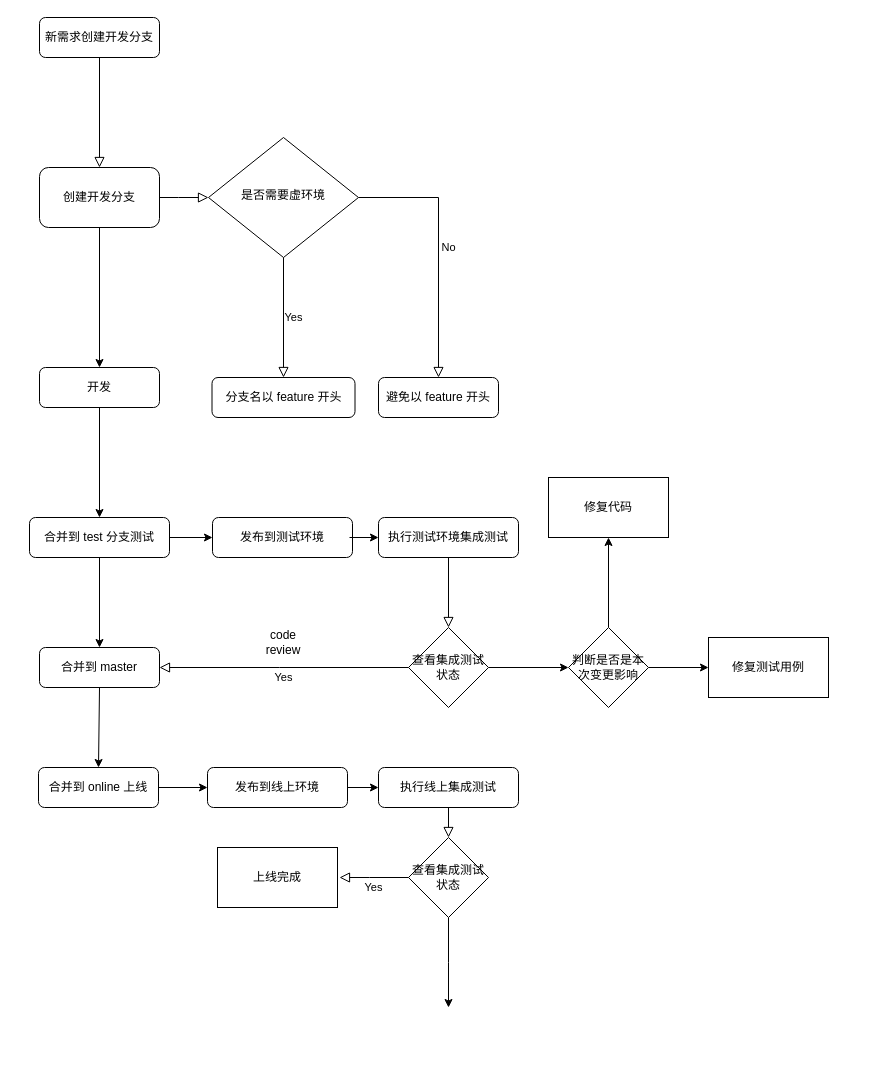
krislavten/fest keeps this draw.io diagram as 未命名绘图.drawio. Above is the earlier version. Source tidied: cells renumbered, new cells numbered last; positions are measured from the earlier drawing's top-left corner, leaving out a move shared by most shapes. Both pictures are drawn from the tidied source at 100%, with x=0, y=0 at pixel (29, 17).
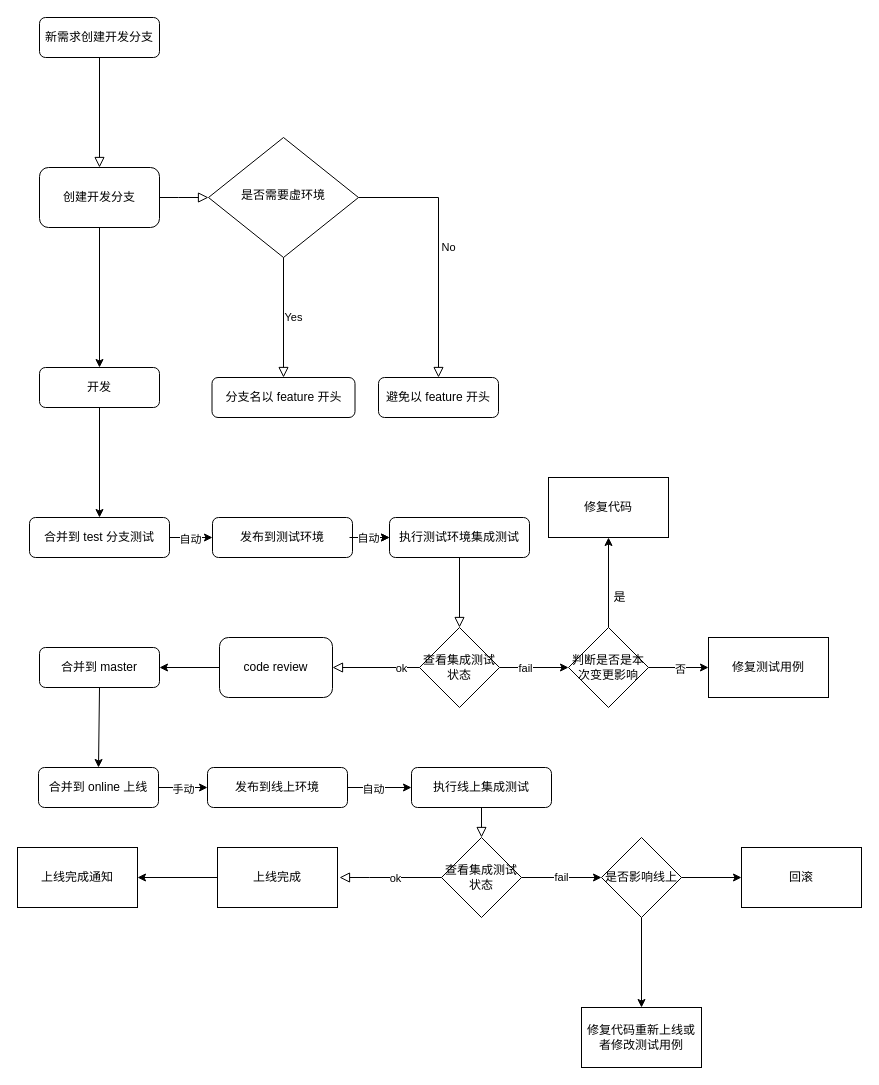
After the change.

Commit message:
更新未命名绘图.drawio

Unchanged cells that the change refers to:
```xml
<mxCell id="13" value="合并到 master" style="rounded=1;whiteSpace=wrap;html=1;fontSize=12;glass=0;strokeWidth=1;shadow=0;" parent="1" vertex="1">
  <mxGeometry x="10" y="630" width="120" height="40" as="geometry" />
</mxCell>
<mxCell id="15" value="发布到测试环境" style="rounded=1;whiteSpace=wrap;html=1;fontSize=12;glass=0;strokeWidth=1;shadow=0;" parent="1" vertex="1">
  <mxGeometry x="183" y="500" width="140" height="40" as="geometry" />
</mxCell>
<mxCell id="24" style="endArrow=classic;html=1;rounded=0;exitX=1;exitY=0.5;exitDx=0;exitDy=0;entryX=0;entryY=0.5;entryDx=0;entryDy=0;" parent="1" edge="1" source="12" target="15">
  <mxGeometry relative="1" as="geometry" />
</mxCell>
<mxCell id="25" style="endArrow=classic;html=1;rounded=0;entryX=0;entryY=0.5;entryDx=0;entryDy=0;" parent="1" edge="1" target="16">
  <mxGeometry relative="1" as="geometry">
    <mxPoint x="320" y="520" as="sourcePoint" />
  </mxGeometry>
</mxCell>
<mxCell id="26" style="endArrow=classic;html=1;rounded=0;entryX=0;entryY=0.5;entryDx=0;entryDy=0;exitX=1;exitY=0.5;exitDx=0;exitDy=0;" parent="1" edge="1" source="18" target="19">
  <mxGeometry relative="1" as="geometry" />
</mxCell>
<mxCell id="27" style="endArrow=classic;html=1;rounded=0;exitX=1;exitY=0.5;exitDx=0;exitDy=0;entryX=0;entryY=0.5;entryDx=0;entryDy=0;" parent="1" edge="1" source="17" target="18">
  <mxGeometry relative="1" as="geometry" />
</mxCell>
<mxCell id="29" style="edgeStyle=orthogonalEdgeStyle;rounded=0;jettySize=auto;html=1;" parent="1" edge="1" source="30" target="40">
  <mxGeometry relative="1" as="geometry" />
</mxCell>
<mxCell id="36" value="上线完成" style="rounded=0;whiteSpace=wrap;html=1;" parent="1" vertex="1">
  <mxGeometry x="188" y="830" width="120" height="60" as="geometry" />
</mxCell>
<mxCell id="39" style="edgeStyle=orthogonalEdgeStyle;rounded=0;jettySize=auto;html=1;" parent="1" edge="1" source="40" target="42">
  <mxGeometry relative="1" as="geometry" />
</mxCell>
```

Change to the diagram source:
```diff
@@
+    <mxCell id="43" style="edgeStyle=orthogonalEdgeStyle;rounded=0;jettySize=auto;html=1;" parent="1" edge="1" source="15" target="16">
+      <mxGeometry relative="1" as="geometry" />
+    </mxCell>
@@
     <mxCell id="16" value="执行测试环境集成测试" style="rounded=1;whiteSpace=wrap;html=1;fontSize=12;glass=0;strokeWidth=1;shadow=0;" parent="1" vertex="1">
-      <mxGeometry x="349" y="500" width="140" height="40" as="geometry" />
+      <mxGeometry x="360" y="500" width="140" height="40" as="geometry" />
     </mxCell>
@@
     <mxCell id="19" value="执行线上集成测试" style="rounded=1;whiteSpace=wrap;html=1;fontSize=12;glass=0;strokeWidth=1;shadow=0;" parent="1" vertex="1">
-      <mxGeometry x="349" y="750" width="140" height="40" as="geometry" />
+      <mxGeometry x="382" y="750" width="140" height="40" as="geometry" />
     </mxCell>
@@
-    <mxCell id="22" style="endArrow=classic;html=1;rounded=0;entryX=0.5;entryY=0;entryDx=0;entryDy=0;" parent="1" edge="1" target="13">
-      <mxGeometry relative="1" as="geometry">
-        <mxPoint x="70" y="540" as="sourcePoint" />
-      </mxGeometry>
-    </mxCell>
@@
+    <mxCell id="44" value="自动" style="edgeLabel;html=1;align=center;verticalAlign=middle;" parent="24" vertex="1">
+      <mxGeometry x="-0.07" relative="1" as="geometry">
+        <mxPoint y="1" as="offset" />
+      </mxGeometry>
+    </mxCell>
@@
+    <mxCell id="45" value="自动" style="edgeLabel;html=1;align=center;verticalAlign=middle;" parent="25" vertex="1">
+      <mxGeometry x="-0.1" y="1" relative="1" as="geometry">
+        <mxPoint y="1" as="offset" />
+      </mxGeometry>
+    </mxCell>
@@
+    <mxCell id="46" value="自动" style="edgeLabel;html=1;align=center;verticalAlign=middle;" parent="26" vertex="1">
+      <mxGeometry x="-0.23" relative="1" as="geometry">
+        <mxPoint y="1" as="offset" />
+      </mxGeometry>
+    </mxCell>
@@
-    <mxCell id="28" value="code review" style="text;html=1;strokeColor=none;fillColor=none;align=center;verticalAlign=middle;whiteSpace=wrap;rounded=0;" parent="1" vertex="1">
-      <mxGeometry x="224" y="610" width="60" height="30" as="geometry" />
-    </mxCell>
+    <mxCell id="47" value="手动" style="edgeLabel;html=1;align=center;verticalAlign=middle;" parent="27" vertex="1">
+      <mxGeometry x="-0.02" relative="1" as="geometry">
+        <mxPoint y="1" as="offset" />
+      </mxGeometry>
+    </mxCell>
@@
+    <mxCell id="48" value="fail" style="edgeLabel;html=1;align=center;verticalAlign=middle;" parent="29" vertex="1">
+      <mxGeometry x="-0.28" y="1" relative="1" as="geometry">
+        <mxPoint y="1" as="offset" />
+      </mxGeometry>
+    </mxCell>
     <mxCell id="30" value="查看集成测试状态" style="rhombus;whiteSpace=wrap;html=1;" parent="1" vertex="1">
-      <mxGeometry x="379" y="610" width="80" height="80" as="geometry" />
+      <mxGeometry x="390" y="610" width="80" height="80" as="geometry" />
     </mxCell>
@@
-    <mxCell id="32" value="Yes" style="edgeStyle=orthogonalEdgeStyle;rounded=0;html=1;jettySize=auto;fontSize=11;endArrow=block;endFill=0;endSize=8;strokeWidth=1;shadow=0;labelBackgroundColor=none;exitX=0;exitY=0.5;exitDx=0;exitDy=0;entryX=1;entryY=0.5;entryDx=0;entryDy=0;" parent="1" edge="1" source="30" target="13">
+    <mxCell id="32" style="edgeStyle=orthogonalEdgeStyle;rounded=0;html=1;jettySize=auto;fontSize=11;endArrow=block;endFill=0;endSize=8;strokeWidth=1;shadow=0;labelBackgroundColor=none;exitX=0;exitY=0.5;exitDx=0;exitDy=0;entryX=1;entryY=0.5;entryDx=0;entryDy=0;" parent="1" edge="1" source="30" target="28">
       <mxGeometry y="10" relative="1" as="geometry">
         <Array as="points">
-          <mxPoint x="250" y="650" />
-          <mxPoint x="250" y="650" />
+          <mxPoint x="313" y="650" />
         </Array>
       </mxGeometry>
     </mxCell>
-    <mxCell id="33" style="edgeStyle=orthogonalEdgeStyle;rounded=0;jettySize=auto;html=1;" parent="1" edge="1" source="34">
-      <mxGeometry relative="1" as="geometry">
-        <mxPoint x="419" y="990" as="targetPoint" />
-      </mxGeometry>
-    </mxCell>
+    <mxCell id="49" value="ok" style="edgeLabel;html=1;align=center;verticalAlign=middle;" parent="32" vertex="1">
+      <mxGeometry x="-0.57" relative="1" as="geometry" />
+    </mxCell>
+    <mxCell id="50" value="fail" style="edgeStyle=orthogonalEdgeStyle;rounded=0;jettySize=auto;html=1;" parent="1" edge="1" source="34" target="57">
+      <mxGeometry relative="1" as="geometry" />
+    </mxCell>
     <mxCell id="34" value="查看集成测试状态" style="rhombus;whiteSpace=wrap;html=1;" parent="1" vertex="1">
-      <mxGeometry x="379" y="820" width="80" height="80" as="geometry" />
+      <mxGeometry x="412" y="820" width="80" height="80" as="geometry" />
     </mxCell>
@@
+    <mxCell id="51" style="edgeStyle=orthogonalEdgeStyle;rounded=0;jettySize=auto;html=1;" parent="1" edge="1" source="36" target="61">
+      <mxGeometry relative="1" as="geometry" />
+    </mxCell>
@@
-    <mxCell id="37" value="Yes" style="edgeStyle=orthogonalEdgeStyle;rounded=0;html=1;jettySize=auto;fontSize=11;endArrow=block;endFill=0;endSize=8;strokeWidth=1;shadow=0;labelBackgroundColor=none;exitX=0;exitY=0.5;exitDx=0;exitDy=0;" parent="1" edge="1" source="34">
+    <mxCell id="37" style="edgeStyle=orthogonalEdgeStyle;rounded=0;html=1;jettySize=auto;fontSize=11;endArrow=block;endFill=0;endSize=8;strokeWidth=1;shadow=0;labelBackgroundColor=none;exitX=0;exitY=0.5;exitDx=0;exitDy=0;" parent="1" edge="1" source="34">
       <mxGeometry y="10" relative="1" as="geometry">
         <mxPoint x="310" y="860" as="targetPoint" />
         <Array as="points">
           <mxPoint x="340" y="860" />
         </Array>
       </mxGeometry>
     </mxCell>
+    <mxCell id="52" value="ok" style="edgeLabel;html=1;align=center;verticalAlign=middle;" parent="37" vertex="1">
+      <mxGeometry x="-0.07" relative="1" as="geometry" />
+    </mxCell>
@@
+    <mxCell id="53" value="否" style="edgeLabel;html=1;align=center;verticalAlign=middle;" parent="39" vertex="1">
+      <mxGeometry x="0.03" relative="1" as="geometry">
+        <mxPoint y="1" as="offset" />
+      </mxGeometry>
+    </mxCell>
@@
+    <mxCell id="54" value="是" style="text;html=1;align=center;verticalAlign=middle;strokeColor=none;fillColor=none;" parent="1" vertex="1">
+      <mxGeometry x="570" y="565" width="40" height="30" as="geometry" />
+    </mxCell>
+    <mxCell id="55" style="edgeStyle=orthogonalEdgeStyle;rounded=0;jettySize=auto;html=1;" parent="1" edge="1" source="57" target="58">
+      <mxGeometry relative="1" as="geometry" />
+    </mxCell>
+    <mxCell id="56" style="edgeStyle=orthogonalEdgeStyle;rounded=0;jettySize=auto;html=1;" parent="1" edge="1" source="57" target="59">
+      <mxGeometry relative="1" as="geometry" />
+    </mxCell>
+    <mxCell id="57" value="是否影响线上" style="rhombus;whiteSpace=wrap;html=1;" parent="1" vertex="1">
+      <mxGeometry x="572" y="820" width="80" height="80" as="geometry" />
+    </mxCell>
+    <mxCell id="58" value="回滚" style="whiteSpace=wrap;html=1;" parent="1" vertex="1">
+      <mxGeometry x="712" y="830" width="120" height="60" as="geometry" />
+    </mxCell>
+    <mxCell id="59" value="修复代码重新上线或者修改测试用例" style="whiteSpace=wrap;html=1;" parent="1" vertex="1">
+      <mxGeometry x="552" y="990" width="120" height="60" as="geometry" />
+    </mxCell>
+    <mxCell id="28" value="code review" style="rounded=1;whiteSpace=wrap;html=1;" parent="1" vertex="1">
+      <mxGeometry x="190" y="620" width="113" height="60" as="geometry" />
+    </mxCell>
+    <mxCell id="60" style="endArrow=classic;html=1;rounded=0;exitX=0;exitY=0.5;exitDx=0;exitDy=0;entryX=1;entryY=0.5;entryDx=0;entryDy=0;" parent="1" edge="1" source="28" target="13">
+      <mxGeometry relative="1" as="geometry" />
+    </mxCell>
+    <mxCell id="61" value="上线完成通知" style="whiteSpace=wrap;html=1;rounded=0;" parent="1" vertex="1">
+      <mxGeometry x="-12" y="830" width="120" height="60" as="geometry" />
+    </mxCell>
```
